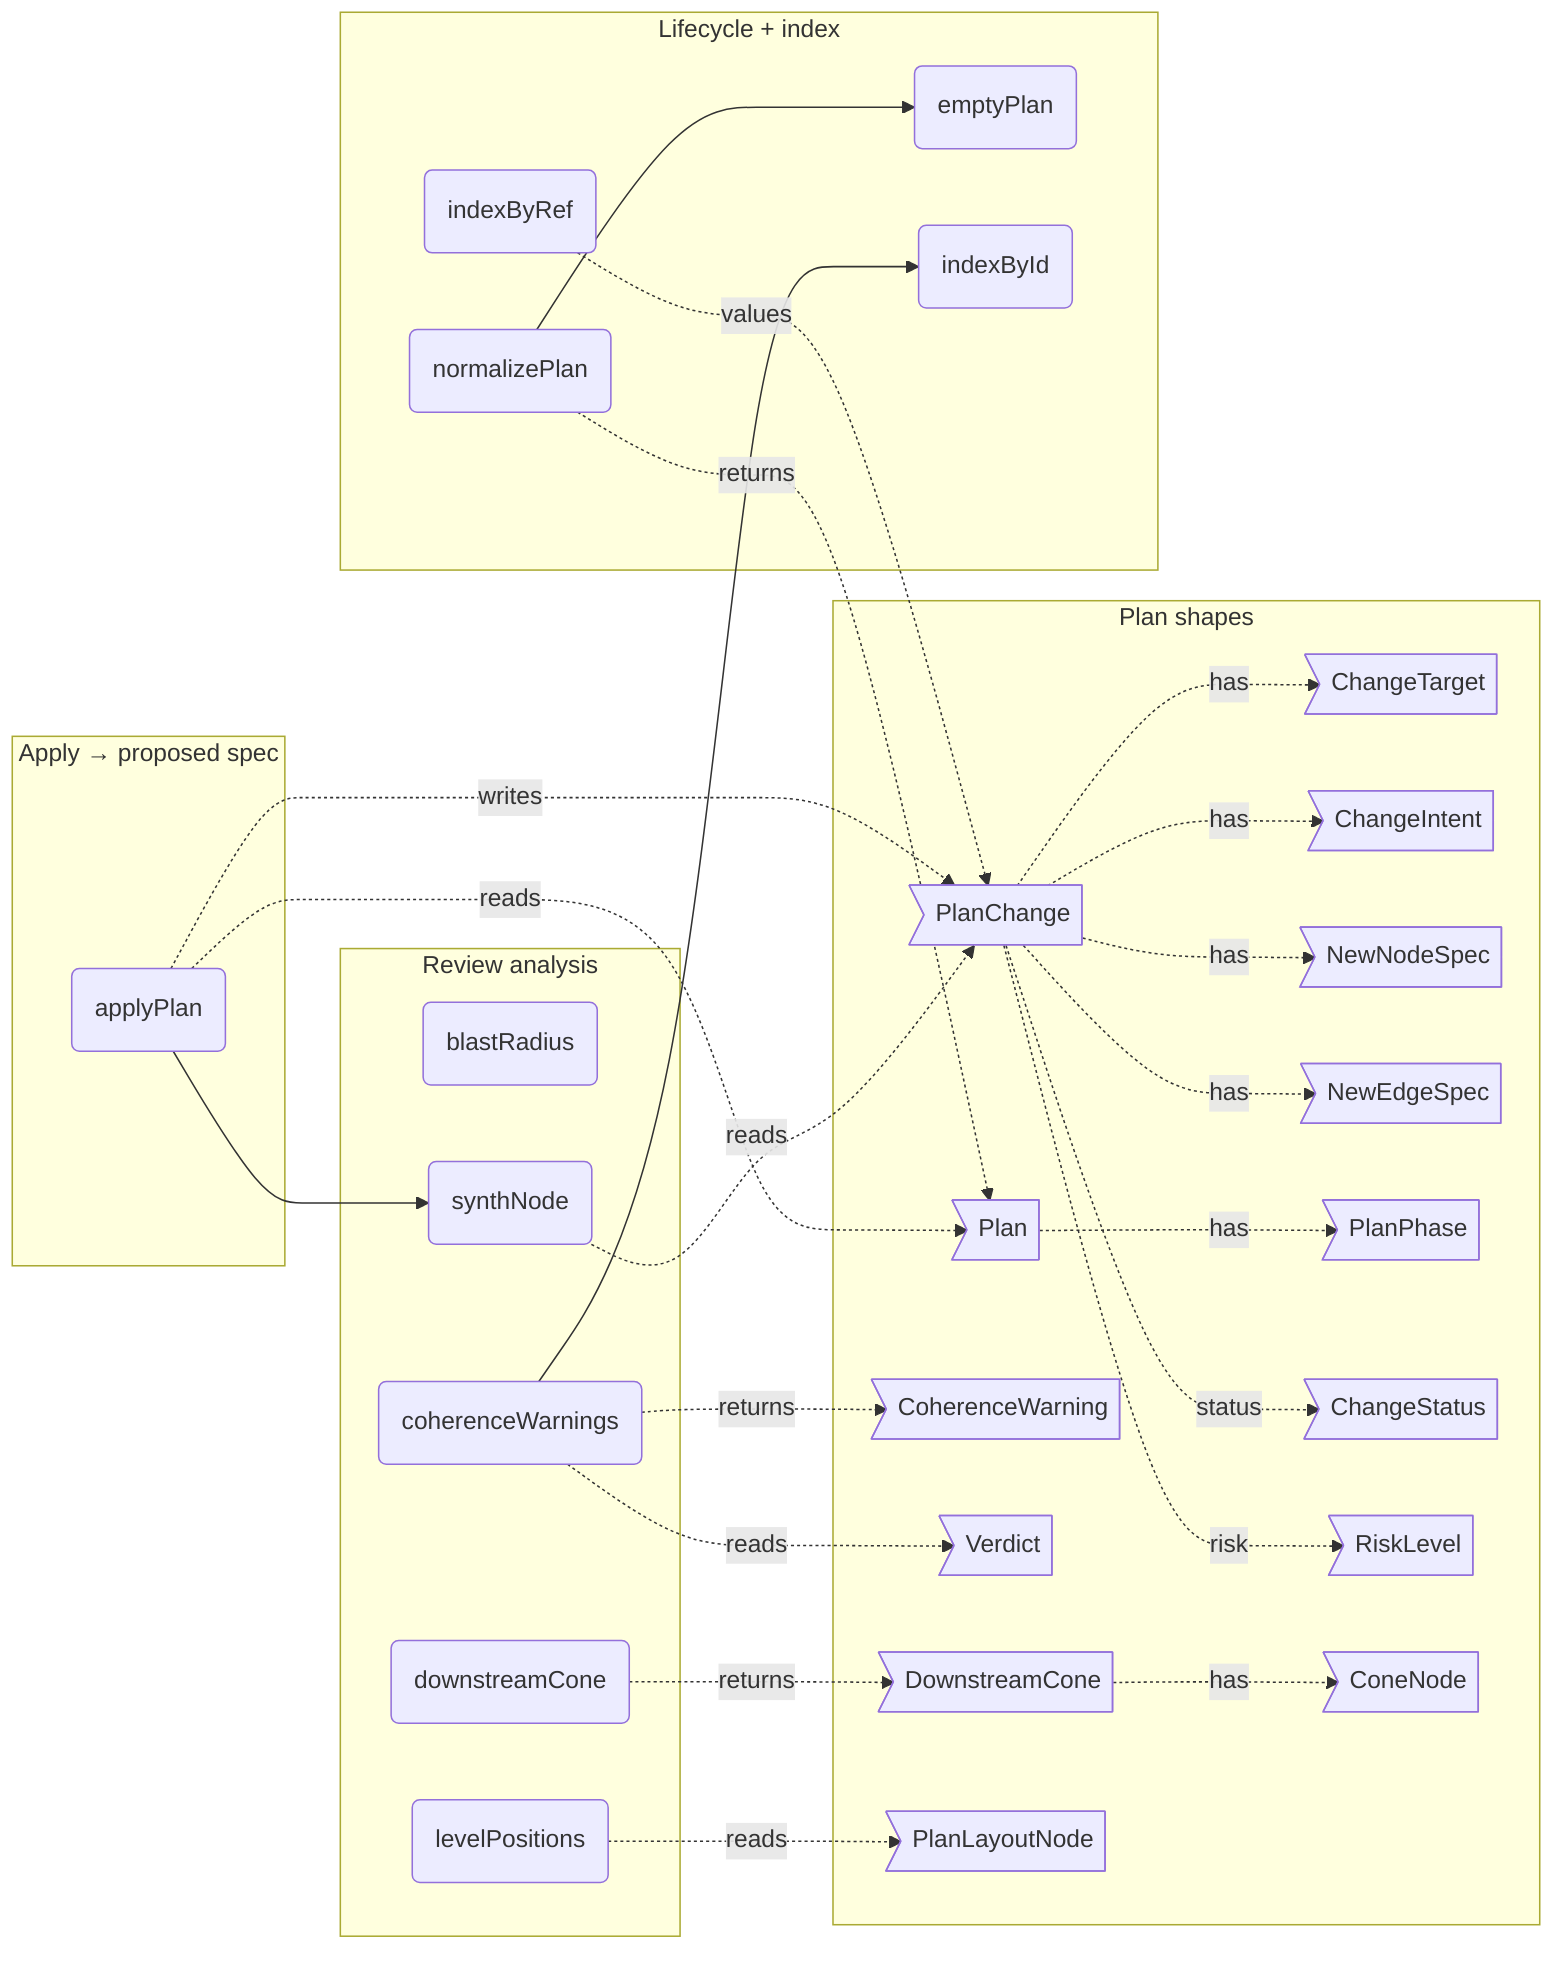
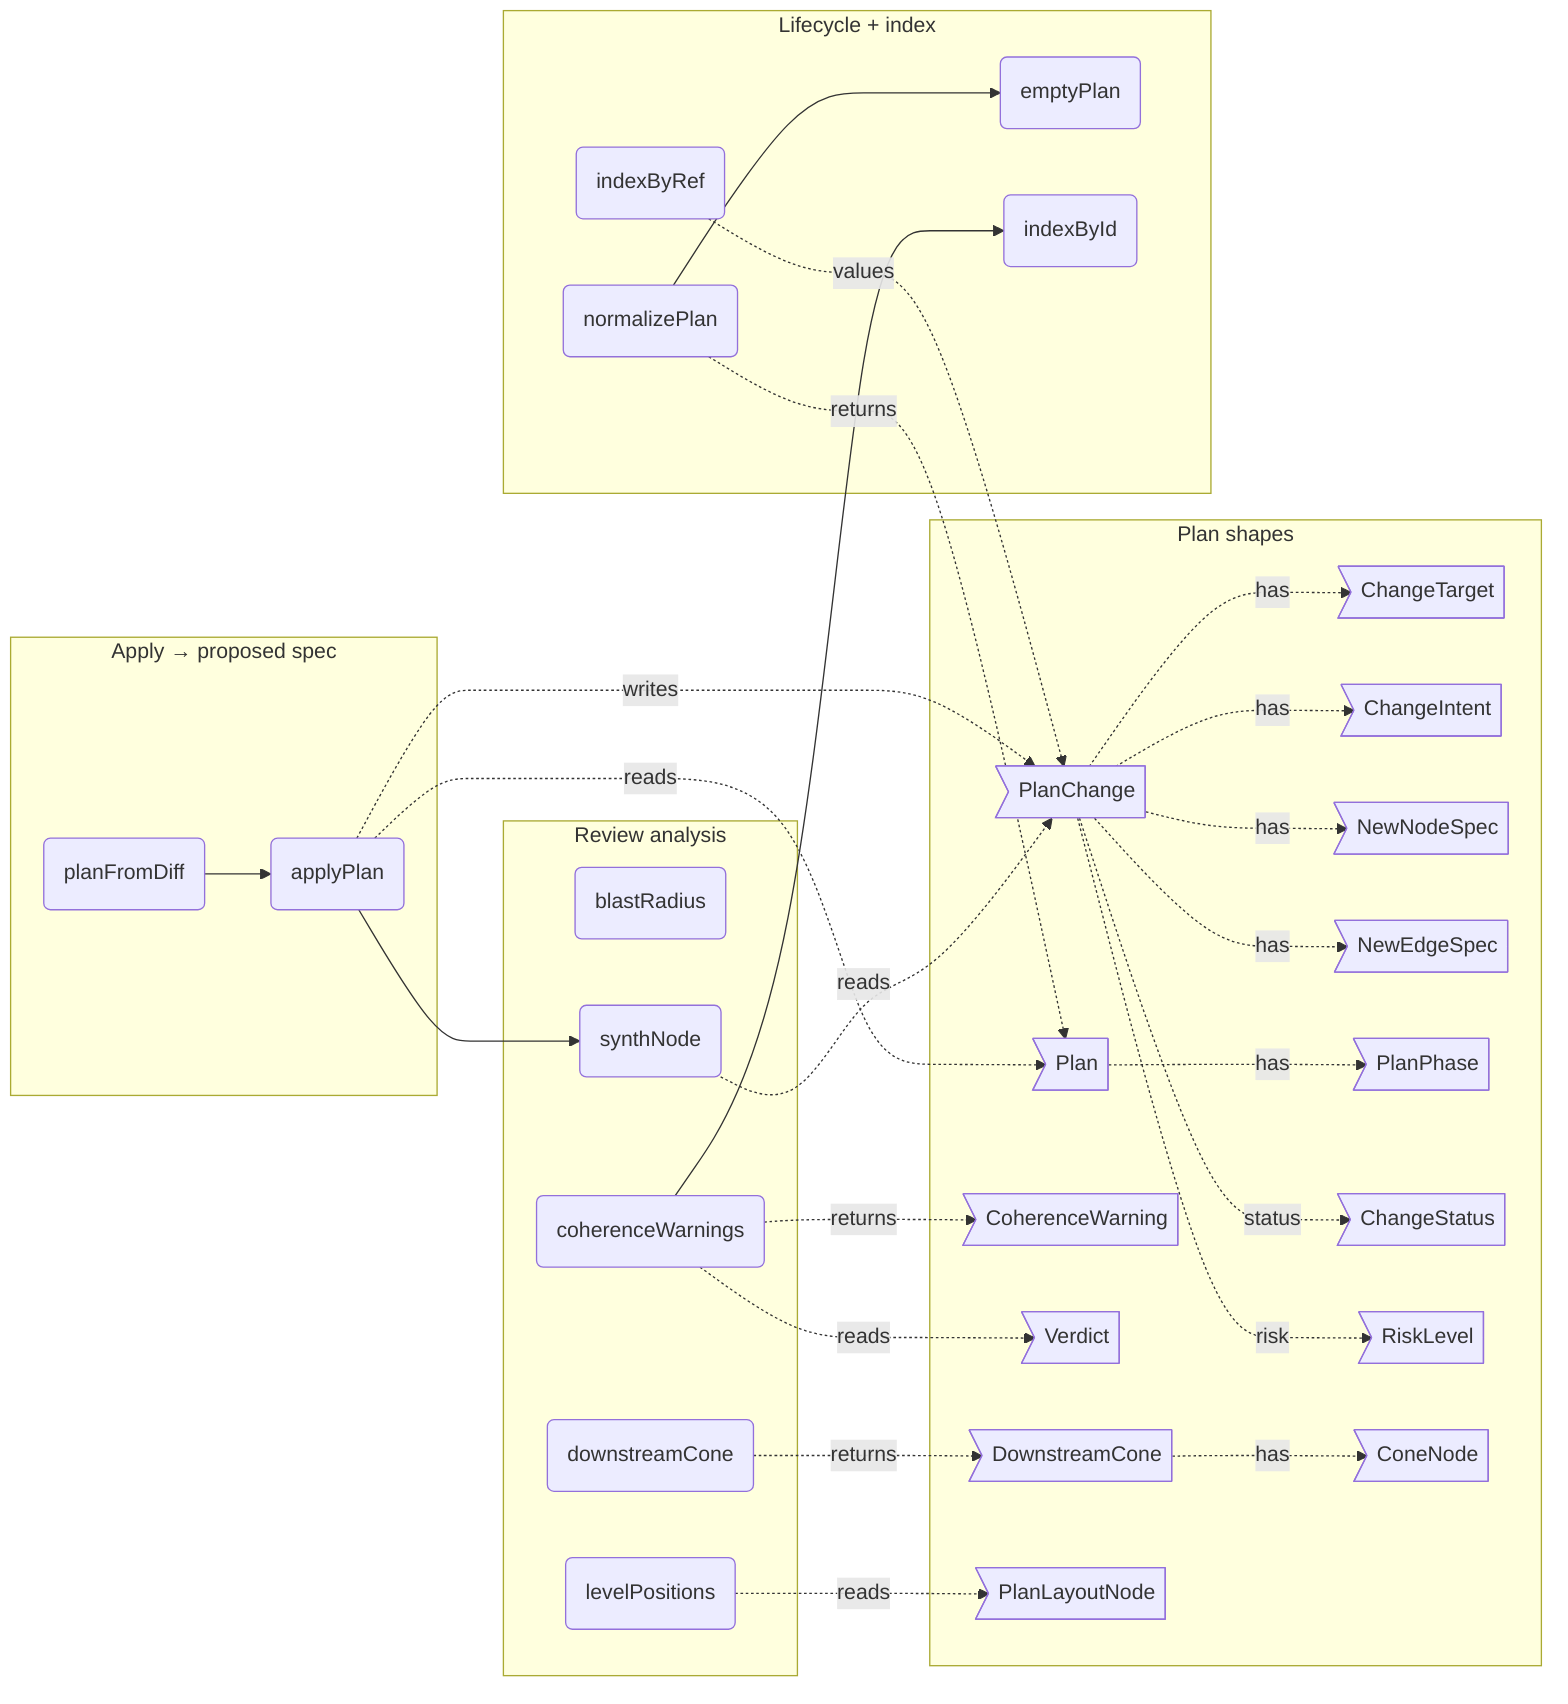
flowchart LR
%% root plan

%% src ChangeTarget src/core/plan/plan.ts#ChangeTarget
%% kind ChangeTarget type
%% fm:meta ChangeTarget name=ChangeTarget
%% fm:meta ChangeTarget desc=what a change is about: a node id, or an edge by its stable from->to:style key

%% src ChangeIntent src/core/plan/plan.ts#ChangeIntent
%% kind ChangeIntent type
%% fm:meta ChangeIntent name=ChangeIntent
%% fm:meta ChangeIntent desc=the WHY of a change: problem, approach, rationale, alternative, tradeoff

%% src NewNodeSpec src/core/plan/plan.ts#NewNodeSpec
%% kind NewNodeSpec type
%% fm:meta NewNodeSpec name=NewNodeSpec
%% fm:meta NewNodeSpec desc=spec for a node an add-change introduces: label, kind, drill-in parent

%% src NewEdgeSpec src/core/plan/plan.ts#NewEdgeSpec
%% kind NewEdgeSpec type
%% fm:meta NewEdgeSpec name=NewEdgeSpec
%% fm:meta NewEdgeSpec desc=spec for an edge an add-change introduces: from, to, style, label

%% src PlanChange src/core/plan/plan.ts#PlanChange
%% kind PlanChange type
%% fm:meta PlanChange name=PlanChange
%% fm:meta PlanChange desc=one proposed change: status, target, phase, risk, intent, dependsOn, optional new node/edge, and proposed fm (the enforceable signature)

%% src PlanPhase src/core/plan/plan.ts#PlanPhase
%% kind PlanPhase type
%% fm:meta PlanPhase name=PlanPhase
%% fm:meta PlanPhase desc=a milestone the changes group under: id, title, subtitle

%% src Plan src/core/plan/plan.ts#Plan
%% kind Plan type
%% fm:meta Plan name=Plan
%% fm:meta Plan desc=a whole build plan: base label, phases, and the list of changes

%% src CoherenceWarning src/core/plan/plan.ts#CoherenceWarning
%% kind CoherenceWarning type
%% fm:meta CoherenceWarning name=CoherenceWarning
%% fm:meta CoherenceWarning desc=a coherence problem from partial acceptance: change id plus message

%% src emptyPlan src/core/plan/plan.ts#emptyPlan
%% kind emptyPlan function
%% fm:meta emptyPlan name=emptyPlan
%% fm:meta emptyPlan desc=create a blank Plan value object
%% fm:meta emptyPlan i0.name=emptyPlan
%% fm:meta emptyPlan i0.returns=Plan

%% src normalizePlan src/core/plan/plan.ts#normalizePlan
%% kind normalizePlan function
%% fm:meta normalizePlan name=normalizePlan
%% fm:meta normalizePlan desc=coerce loaded JSON into a valid Plan, dropping malformed changes
%% fm:meta normalizePlan i0.name=normalizePlan
%% fm:meta normalizePlan i0.accepts=raw: unknown
%% fm:meta normalizePlan i0.returns=Plan

%% src indexByRef src/core/plan/plan.ts#indexByRef
%% kind indexByRef function
%% fm:meta indexByRef name=indexByRef
%% fm:meta indexByRef desc=index changes by their target ref (node id or edgeKey); one change per ref
%% fm:meta indexByRef i0.name=indexByRef
%% fm:meta indexByRef i0.accepts=plan: Plan
%% fm:meta indexByRef i0.returns=Record<string, PlanChange>

%% src indexById src/core/plan/plan.ts#indexById
%% kind indexById function
%% fm:meta indexById name=indexById
%% fm:meta indexById desc=index changes by their own change id
%% fm:meta indexById i0.name=indexById
%% fm:meta indexById i0.accepts=plan: Plan
%% fm:meta indexById i0.returns=Record<string, PlanChange>

%% src blastRadius src/core/plan/plan.ts#blastRadius
%% kind blastRadius function
%% fm:meta blastRadius name=blastRadius
%% fm:meta blastRadius desc=who consumes a node (callers, at-risk) and what it depends on, from the real edge list
%% fm:meta blastRadius i0.name=blastRadius
%% fm:meta blastRadius i0.accepts=edges: DiagramEdge[]
%% fm:meta blastRadius i0.accepts=ref: string
%% fm:meta blastRadius i0.returns={ consumers: string[]; dependencies: string[] }

%% src coherenceWarnings src/core/plan/plan.ts#coherenceWarnings
%% kind coherenceWarnings function
%% fm:meta coherenceWarnings name=coherenceWarnings
%% fm:meta coherenceWarnings desc=find incoherent verdicts: a change accepted while a dependency is rejected
%% fm:meta coherenceWarnings i0.name=coherenceWarnings
%% fm:meta coherenceWarnings i0.accepts=plan: Plan
%% fm:meta coherenceWarnings i0.accepts=verdicts: Record<string, Verdict | undefined>
%% fm:meta coherenceWarnings i0.returns=CoherenceWarning[]

%% src synthNode src/core/plan/plan.ts#synthNode
%% kind synthNode function
%% fm:meta synthNode name=synthNode
%% fm:meta synthNode desc=synthesize a DiagramNode for an add-node change (lives only in the planner view)
%% fm:meta synthNode i0.name=synthNode
%% fm:meta synthNode i0.accepts=c: PlanChange
%% fm:meta synthNode i0.returns=DiagramNode | null

%% src ChangeStatus src/core/plan/plan.ts#ChangeStatus
%% kind ChangeStatus type
%% fm:meta ChangeStatus name=ChangeStatus
%% fm:meta ChangeStatus desc=a change's disposition against current code: add, modify, remove

%% src Verdict src/core/plan/plan.ts#Verdict
%% kind Verdict type
%% fm:meta Verdict name=Verdict
%% fm:meta Verdict desc=a reviewer's per-change decision: accept or reject

%% src RiskLevel src/core/plan/plan.ts#RiskLevel
%% kind RiskLevel type
%% fm:meta RiskLevel name=RiskLevel
%% fm:meta RiskLevel desc=risk band carried on a change: low, med, high

%% src PlanLayoutNode src/core/plan/plan.ts#PlanLayoutNode
%% kind PlanLayoutNode type
%% fm:meta PlanLayoutNode name=PlanLayoutNode
%% fm:meta PlanLayoutNode desc=a node's id, real ctx.state position, parent and synth flag for the planner review-canvas layout

%% src levelPositions src/core/plan/plan.ts#levelPositions
%% kind levelPositions function
%% fm:meta levelPositions name=levelPositions
%% fm:meta levelPositions desc=D1 layout fidelity — real nodes render at their verbatim ctx.state position; only synth add-nodes get a computed slot
%% fm:meta levelPositions i0.name=levelPositions
%% fm:meta levelPositions i0.accepts=nodes: PlanLayoutNode[]
%% fm:meta levelPositions i0.returns=Record<string, { x: number; y: number }>

%% src ConeNode src/core/plan/plan.ts#ConeNode
%% kind ConeNode type
%% fm:meta ConeNode name=ConeNode
%% fm:meta ConeNode desc=one affected node in a downstream cone: id plus hop distance from the change

%% src DownstreamCone src/core/plan/plan.ts#DownstreamCone
%% kind DownstreamCone type
%% fm:meta DownstreamCone name=DownstreamCone
%% fm:meta DownstreamCone desc=transitive impact result: affected cone nodes nearest-first, reached entry points, max depth

%% src downstreamCone src/core/plan/plan.ts#downstreamCone
%% kind downstreamCone function
%% fm:meta downstreamCone name=downstreamCone
%% fm:meta downstreamCone desc=transitive downstream cone of a node change: every node that consumes ref, BFS backward over the edge list
%% fm:meta downstreamCone i0.name=downstreamCone
%% fm:meta downstreamCone i0.accepts=edges: DiagramEdge[]
%% fm:meta downstreamCone i0.accepts=ref: string
%% fm:meta downstreamCone i0.accepts=opts: { roots?: string[]; maxDepth?: number }
%% fm:meta downstreamCone i0.returns=DownstreamCone
+ 
+ %% src planFromDiff src/core/plan/plan.ts#planFromDiff
+ %% kind planFromDiff function
+ %% fm:meta planFromDiff name=planFromDiff
+ %% fm:meta planFromDiff desc=D2 unified review — derive a Plan from a raw before/after map diff so the planner reviews pasted proposals, not only authored plans
+ %% fm:meta planFromDiff i0.name=planFromDiff
+ %% fm:meta planFromDiff i0.accepts=before: DiffInput
+ %% fm:meta planFromDiff i0.accepts=after: DiffInput
+ %% fm:meta planFromDiff i0.accepts=base: string
+ %% fm:meta planFromDiff i0.returns=Plan

%% src applyPlan src/core/plan/plan.ts#applyPlan
%% kind applyPlan function
%% fm:meta applyPlan name=applyPlan
%% fm:meta applyPlan desc=apply a plan's accepted changes to a base model, producing the proposed model that serialises to the approved spec (Phase 1c bridge)
%% fm:meta applyPlan i0.name=applyPlan
%% fm:meta applyPlan i0.accepts=base: { nodes: Record<string, DiagramNode>; edges: DiagramEdge[] }
%% fm:meta applyPlan i0.accepts=plan: Plan
%% fm:meta applyPlan i0.accepts=accepted: (changeId: string) => boolean
%% fm:meta applyPlan i0.returns={ nodes: Record<string, DiagramNode>; edges: DiagramEdge[] }

%% parent p_shapes plan
%% parent p_index plan
%% parent p_analysis plan
%% parent p_apply plan

  subgraph p_shapes ["Plan shapes"]
    ChangeTarget>"ChangeTarget"]
    ChangeIntent>"ChangeIntent"]
    NewNodeSpec>"NewNodeSpec"]
    NewEdgeSpec>"NewEdgeSpec"]
    PlanChange>"PlanChange"]
    PlanPhase>"PlanPhase"]
    Plan>"Plan"]
    CoherenceWarning>"CoherenceWarning"]
    ChangeStatus>"ChangeStatus"]
    Verdict>"Verdict"]
    RiskLevel>"RiskLevel"]
    ConeNode>"ConeNode"]
    DownstreamCone>"DownstreamCone"]
    PlanLayoutNode>"PlanLayoutNode"]
  end
  subgraph p_index ["Lifecycle + index"]
    emptyPlan("emptyPlan")
    normalizePlan("normalizePlan")
    indexByRef("indexByRef")
    indexById("indexById")
  end
  subgraph p_analysis ["Review analysis"]
    blastRadius("blastRadius")
    downstreamCone("downstreamCone")
    coherenceWarnings("coherenceWarnings")
    synthNode("synthNode")
    levelPositions("levelPositions")
  end
  subgraph p_apply ["Apply → proposed spec"]
    applyPlan("applyPlan")
+     planFromDiff("planFromDiff")
  end

  normalizePlan --> emptyPlan
  coherenceWarnings --> indexById
  applyPlan --> synthNode
  normalizePlan -.->|returns| Plan
  indexByRef -.->|values| PlanChange
  synthNode -.->|reads| PlanChange
  coherenceWarnings -.->|returns| CoherenceWarning
  coherenceWarnings -.->|reads| Verdict
  downstreamCone -.->|returns| DownstreamCone
  DownstreamCone -.->|has| ConeNode
  applyPlan -.->|reads| Plan
  applyPlan -.->|writes| PlanChange
  PlanChange -.->|status| ChangeStatus
  PlanChange -.->|risk| RiskLevel
  PlanChange -.->|has| ChangeTarget
  PlanChange -.->|has| ChangeIntent
  PlanChange -.->|has| NewNodeSpec
  PlanChange -.->|has| NewEdgeSpec
  Plan -.->|has| PlanPhase
  levelPositions -.->|reads| PlanLayoutNode
+   planFromDiff --> applyPlan
